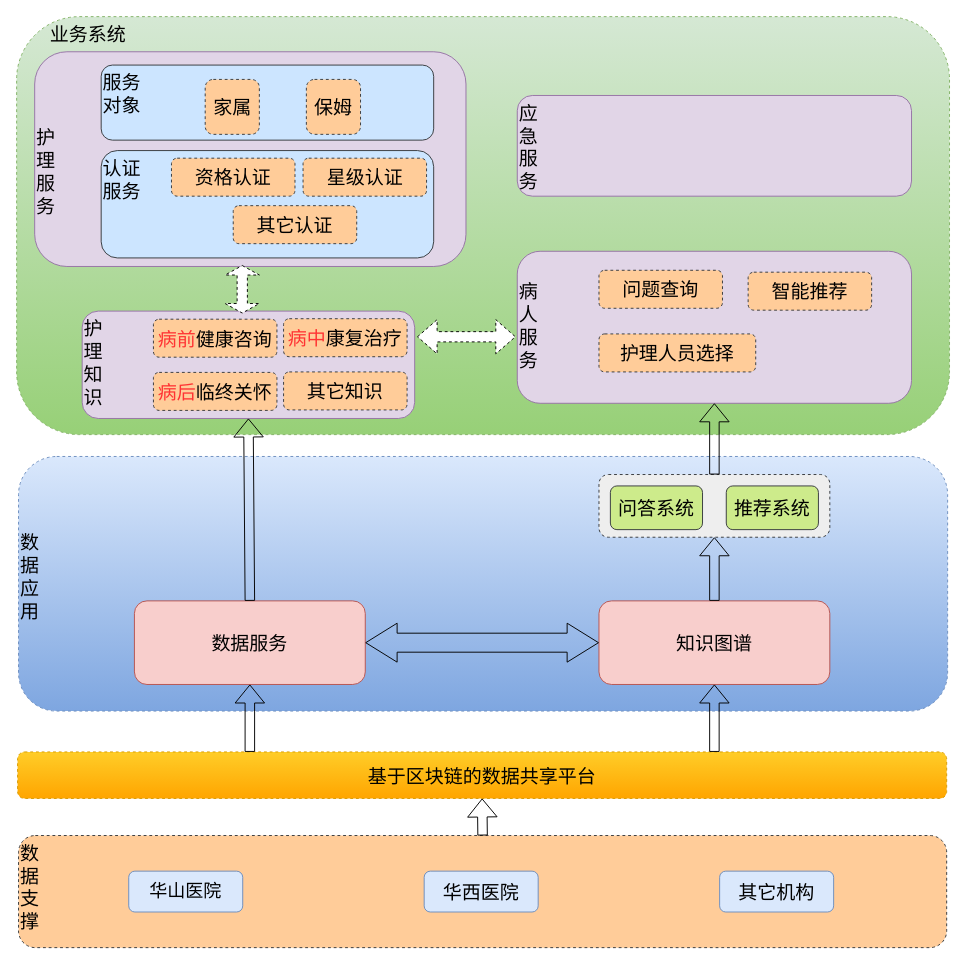
Above: page "new" (2 of 2) of 未命名表单.drawio in wilesanGH/chaincode_demo (draw.io), before the change. Source tidied: cells renumbered, new cells numbered last; positions are measured from the earlier drawing's top-left corner, leaving out a move shared by most shapes. Both pictures are drawn from the tidied source at 95%, with x=0, y=0 at pixel (16, 16).
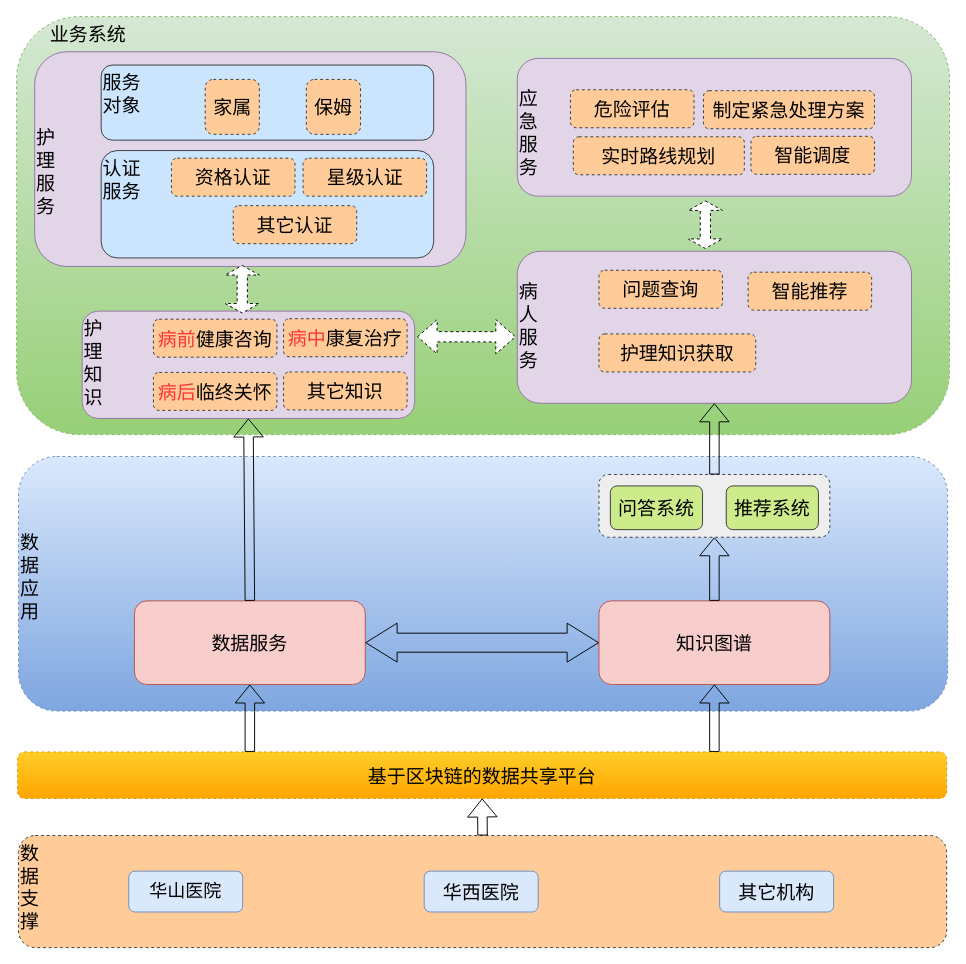
After the change.

What changed in the source:
```diff
@@
-    <mxCell id="18" value="&lt;div&gt;应&lt;/div&gt;&lt;div&gt;急&lt;/div&gt;&lt;div&gt;服&lt;/div&gt;&lt;div&gt;务&lt;/div&gt;" style="rounded=1;whiteSpace=wrap;html=1;labelBackgroundColor=none;fillColor=#e1d5e7;strokeColor=#9673a6;fontSize=20;verticalAlign=top;align=left;" parent="1" vertex="1">
-      <mxGeometry x="527" y="83" width="415" height="106" as="geometry" />
+    <mxCell id="18" value="&lt;div&gt;&lt;br&gt;&lt;/div&gt;&lt;div&gt;应&lt;/div&gt;&lt;div&gt;急&lt;/div&gt;&lt;div&gt;服&lt;/div&gt;&lt;div&gt;务&lt;/div&gt;" style="rounded=1;whiteSpace=wrap;html=1;labelBackgroundColor=none;fillColor=#e1d5e7;strokeColor=#9673a6;fontSize=20;verticalAlign=top;align=left;" parent="1" vertex="1">
+      <mxGeometry x="527" y="44" width="415" height="145" as="geometry" />
     </mxCell>
@@
-    <mxCell id="42" value="护理人员选择" style="rounded=1;whiteSpace=wrap;html=1;dashed=1;labelBackgroundColor=none;fontSize=20;fillColor=#ffcc99;strokeColor=#36393d;" parent="1" vertex="1">
+    <mxCell id="42" value="护理知识获取" style="rounded=1;whiteSpace=wrap;html=1;dashed=1;labelBackgroundColor=none;fontSize=20;fillColor=#ffcc99;strokeColor=#36393d;" parent="1" vertex="1">
       <mxGeometry x="613" y="334" width="165" height="40" as="geometry" />
     </mxCell>
@@
+    <mxCell id="45" value="智能调度" style="rounded=1;whiteSpace=wrap;html=1;dashed=1;labelBackgroundColor=none;fontSize=20;fillColor=#ffcc99;strokeColor=#36393d;" parent="1" vertex="1">
+      <mxGeometry x="773" y="126" width="130" height="40" as="geometry" />
+    </mxCell>
+    <mxCell id="46" value="实时路线规划" style="rounded=1;whiteSpace=wrap;html=1;dashed=1;labelBackgroundColor=none;fontSize=20;fillColor=#ffcc99;strokeColor=#36393d;" parent="1" vertex="1">
+      <mxGeometry x="586" y="126.5" width="180" height="40" as="geometry" />
+    </mxCell>
+    <mxCell id="47" value="危险评估" style="rounded=1;whiteSpace=wrap;html=1;dashed=1;labelBackgroundColor=none;fontSize=20;fillColor=#ffcc99;strokeColor=#36393d;" parent="1" vertex="1">
+      <mxGeometry x="583" y="77" width="130" height="40" as="geometry" />
+    </mxCell>
+    <mxCell id="48" style="shape=doubleArrow;whiteSpace=wrap;html=1;dashed=1;labelBackgroundColor=none;fontSize=20;align=left;direction=south;" parent="1" vertex="1">
+      <mxGeometry x="707" y="194" width="36" height="50" as="geometry" />
+    </mxCell>
+    <mxCell id="49" value="制定紧急处理方案" style="rounded=1;whiteSpace=wrap;html=1;dashed=1;labelBackgroundColor=none;fontSize=20;fillColor=#ffcc99;strokeColor=#36393d;" parent="1" vertex="1">
+      <mxGeometry x="723" y="78" width="180" height="40" as="geometry" />
+    </mxCell>
```
